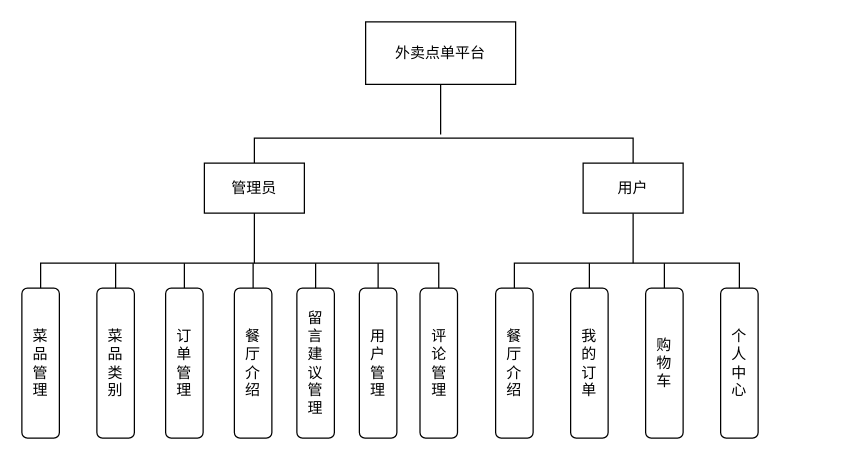
The draw.io diagram 外卖点单-管理员功能结构图.drawio in songmulin/Diagram, before the edit. Source tidied: cells renumbered, new cells numbered last; positions are measured from the earlier drawing's top-left corner, leaving out a move shared by most shapes. Both pictures are drawn from the tidied source at 125%, with x=0, y=0 at pixel (21, 21).
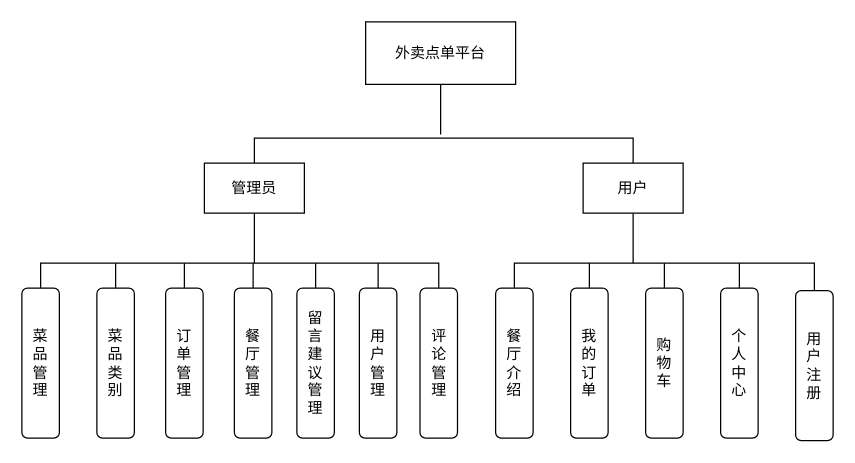
Above is the later version.

Commit message:
更新外卖点单-管理员功能结构图.drawio

The change refers to these unchanged cells:
```xml
<mxCell id="23" value="餐&lt;div&gt;厅&lt;/div&gt;&lt;div&gt;介&lt;/div&gt;&lt;div&gt;绍&lt;/div&gt;" style="rounded=1;whiteSpace=wrap;html=1;" parent="1" vertex="1">
  <mxGeometry x="379" y="213" width="30" height="120" as="geometry" />
</mxCell>
<mxCell id="28" value="个&lt;div&gt;人&lt;/div&gt;&lt;div&gt;中&lt;/div&gt;&lt;div&gt;心&lt;/div&gt;" style="rounded=1;whiteSpace=wrap;html=1;" parent="1" vertex="1">
  <mxGeometry x="559" y="213" width="30" height="120" as="geometry" />
</mxCell>
```

Change to the diagram source:
```diff
@@
-    <mxCell id="16" value="餐&lt;div&gt;厅&lt;/div&gt;&lt;div&gt;介&lt;/div&gt;&lt;div&gt;绍&lt;/div&gt;" style="rounded=1;whiteSpace=wrap;html=1;" parent="1" vertex="1">
+    <mxCell id="16" value="餐&lt;div&gt;厅&lt;/div&gt;&lt;div&gt;管&lt;br&gt;理&lt;/div&gt;" style="rounded=1;whiteSpace=wrap;html=1;" parent="1" vertex="1">
       <mxGeometry x="170" y="213" width="30" height="120" as="geometry" />
     </mxCell>
@@
-    <mxCell id="22" style="edgeStyle=orthogonalEdgeStyle;rounded=0;jettySize=auto;html=1;entryX=0.5;entryY=0;entryDx=0;entryDy=0;exitX=0.5;exitY=0;exitDx=0;exitDy=0;endArrow=none;startFill=0;" parent="1" edge="1" source="23" target="28">
+    <mxCell id="22" style="edgeStyle=orthogonalEdgeStyle;rounded=0;jettySize=auto;html=1;entryX=0.5;entryY=0;entryDx=0;entryDy=0;exitX=0.5;exitY=0;exitDx=0;exitDy=0;endArrow=none;startFill=0;" parent="1" edge="1" source="23" target="30">
       <mxGeometry relative="1" as="geometry" />
     </mxCell>
@@
+    <mxCell id="29" style="edgeStyle=orthogonalEdgeStyle;rounded=0;jettySize=auto;html=1;endArrow=none;startFill=0;" parent="1" edge="1" source="28">
+      <mxGeometry relative="1" as="geometry">
+        <mxPoint x="574" y="204" as="targetPoint" />
+      </mxGeometry>
+    </mxCell>
@@
+    <mxCell id="30" value="用&lt;div&gt;户&lt;/div&gt;&lt;div&gt;注&lt;/div&gt;&lt;div&gt;册&lt;/div&gt;" style="rounded=1;whiteSpace=wrap;html=1;" parent="1" vertex="1">
+      <mxGeometry x="619" y="215" width="30" height="120" as="geometry" />
+    </mxCell>
```
